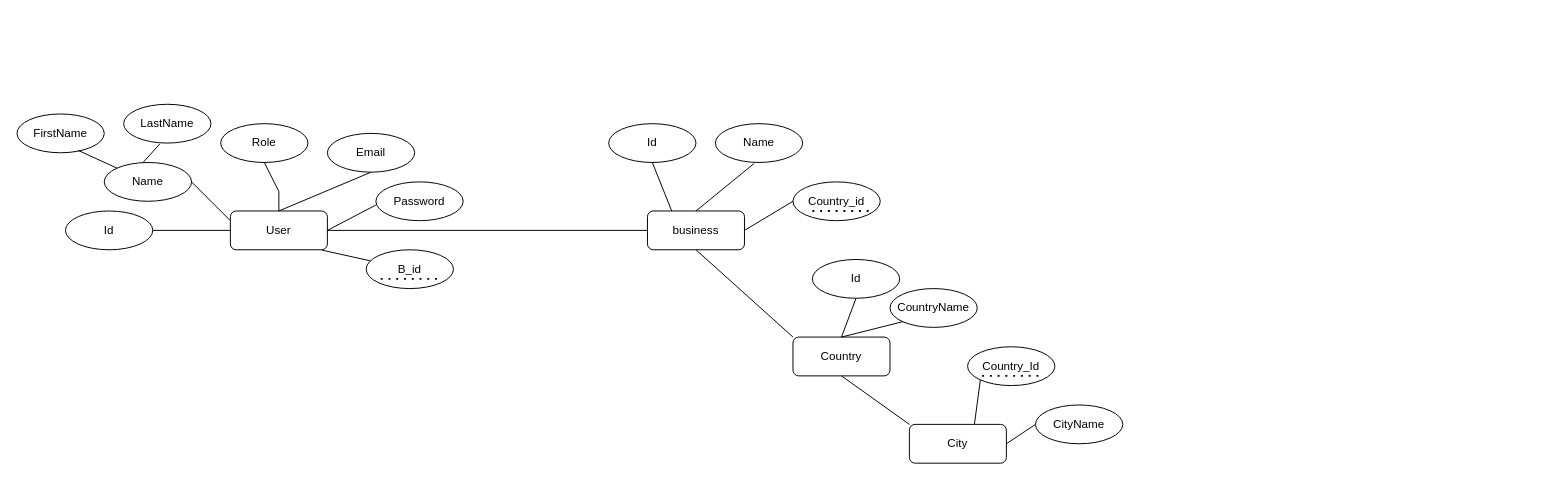
Before: ErdCam.drawio in kiro314159265359/Adevanced_C02, a draw.io diagram. Source tidied: cells renumbered, new cells numbered last; positions are measured from the earlier drawing's top-left corner, leaving out a move shared by most shapes. Both pictures are drawn from the tidied source at 97%, with x=0, y=0 at pixel (16, 104).
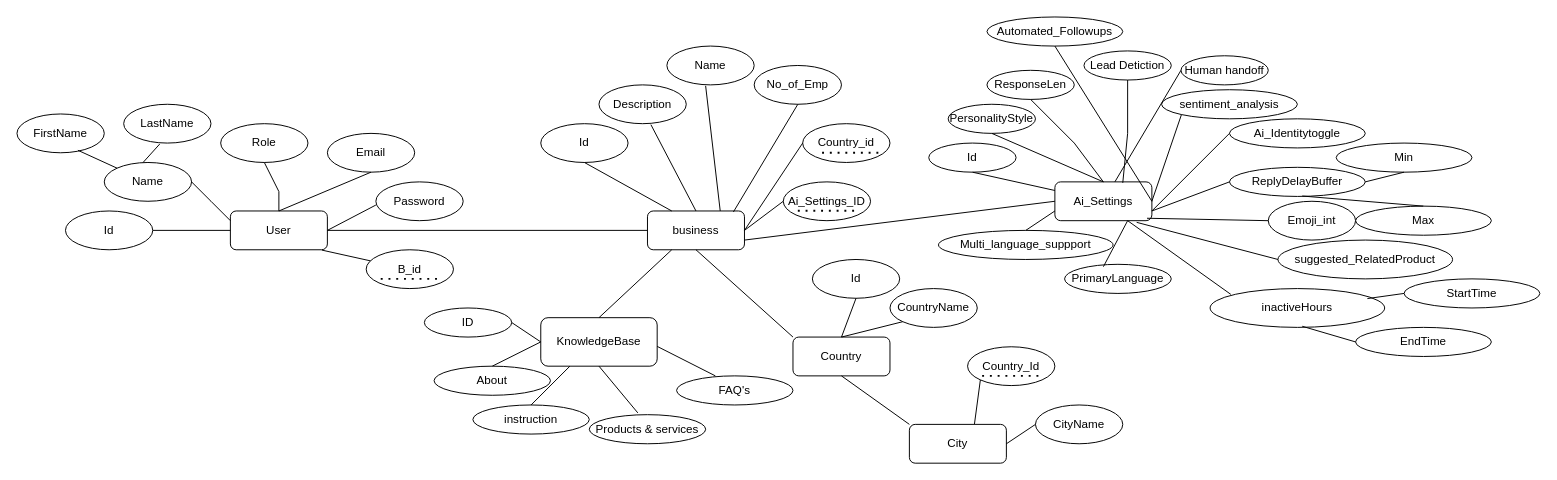
After the change.

The change refers to these unchanged cells:
```xml
<mxCell id="17" value="business" style="rounded=1;whiteSpace=wrap;html=1;" parent="1" vertex="1">
  <mxGeometry x="650" y="110" width="100" height="40" as="geometry" />
</mxCell>
```

Diff of the diagram source:
```diff
@@
     <mxCell id="18" value="Id" style="ellipse;whiteSpace=wrap;html=1;" parent="1" vertex="1">
-      <mxGeometry x="610" y="20" width="90" height="40" as="geometry" />
+      <mxGeometry x="540" y="20" width="90" height="40" as="geometry" />
     </mxCell>
@@
     <mxCell id="20" value="Name" style="ellipse;whiteSpace=wrap;html=1;" parent="1" vertex="1">
-      <mxGeometry x="720" y="20" width="90" height="40" as="geometry" />
+      <mxGeometry x="670" y="-60" width="90" height="40" as="geometry" />
     </mxCell>
-    <mxCell id="21" style="endArrow=none;html=1;rounded=0;entryX=0.444;entryY=1.025;entryDx=0;entryDy=0;entryPerimeter=0;exitX=0.5;exitY=0;exitDx=0;exitDy=0;" parent="1" edge="1" source="17" target="20">
+    <mxCell id="21" style="endArrow=none;html=1;rounded=0;entryX=0.444;entryY=1.025;entryDx=0;entryDy=0;entryPerimeter=0;exitX=0.75;exitY=0;exitDx=0;exitDy=0;" parent="1" edge="1" source="17" target="20">
       <mxGeometry relative="1" as="geometry" />
     </mxCell>
@@
     <mxCell id="33" value="Country_id" style="ellipse;whiteSpace=wrap;html=1;" parent="1" vertex="1">
-      <mxGeometry x="800" y="80" width="90" height="40" as="geometry" />
+      <mxGeometry x="810" y="20" width="90" height="40" as="geometry" />
     </mxCell>
@@
     <mxCell id="35" style="endArrow=none;dashed=1;html=1;dashPattern=1 3;strokeWidth=2;rounded=0;" parent="1" edge="1">
       <mxGeometry relative="1" as="geometry">
-        <mxPoint x="820" y="110" as="sourcePoint" />
-        <mxPoint x="880" y="110" as="targetPoint" />
+        <mxPoint x="830" y="50" as="sourcePoint" />
+        <mxPoint x="890" y="50" as="targetPoint" />
         <Array as="points">
-          <mxPoint x="850" y="110" />
+          <mxPoint x="860" y="50" />
         </Array>
       </mxGeometry>
     </mxCell>
@@
+    <mxCell id="42" value="No_of_Emp" style="ellipse;whiteSpace=wrap;html=1;" parent="1" vertex="1">
+      <mxGeometry x="760" y="-40" width="90" height="40" as="geometry" />
+    </mxCell>
+    <mxCell id="43" style="endArrow=none;html=1;rounded=0;entryX=0.5;entryY=1;entryDx=0;entryDy=0;exitX=0.886;exitY=0.025;exitDx=0;exitDy=0;exitPerimeter=0;" parent="1" edge="1" source="17" target="42">
+      <mxGeometry relative="1" as="geometry" />
+    </mxCell>
+    <mxCell id="44" value="Description" style="ellipse;whiteSpace=wrap;html=1;" parent="1" vertex="1">
+      <mxGeometry x="600" y="-20" width="90" height="40" as="geometry" />
+    </mxCell>
+    <mxCell id="45" style="endArrow=none;html=1;rounded=0;entryX=0.595;entryY=1.025;entryDx=0;entryDy=0;entryPerimeter=0;" parent="1" edge="1" target="44">
+      <mxGeometry relative="1" as="geometry">
+        <mxPoint x="700" y="110" as="sourcePoint" />
+      </mxGeometry>
+    </mxCell>
+    <mxCell id="46" value="Ai_Settings" style="rounded=1;whiteSpace=wrap;html=1;" parent="1" vertex="1">
+      <mxGeometry x="1070" y="80" width="100" height="40" as="geometry" />
+    </mxCell>
+    <mxCell id="47" style="endArrow=none;html=1;rounded=0;entryX=1;entryY=0.75;entryDx=0;entryDy=0;exitX=0;exitY=0.5;exitDx=0;exitDy=0;" parent="1" edge="1" source="46" target="17">
+      <mxGeometry relative="1" as="geometry" />
+    </mxCell>
+    <mxCell id="48" value="Id" style="ellipse;whiteSpace=wrap;html=1;" parent="1" vertex="1">
+      <mxGeometry x="940" y="40" width="90" height="30" as="geometry" />
+    </mxCell>
+    <mxCell id="49" value="PersonalityStyle" style="ellipse;whiteSpace=wrap;html=1;" parent="1" vertex="1">
+      <mxGeometry x="960" width="90" height="30" as="geometry" />
+    </mxCell>
+    <mxCell id="50" value="Ai_Settings_ID" style="ellipse;whiteSpace=wrap;html=1;" parent="1" vertex="1">
+      <mxGeometry x="790" y="80" width="90" height="40" as="geometry" />
+    </mxCell>
+    <mxCell id="51" style="endArrow=none;dashed=1;html=1;dashPattern=1 3;strokeWidth=2;rounded=0;" parent="1" edge="1">
+      <mxGeometry relative="1" as="geometry">
+        <mxPoint x="805" y="109.7" as="sourcePoint" />
+        <mxPoint x="865" y="109.7" as="targetPoint" />
+        <Array as="points">
+          <mxPoint x="835" y="109.7" />
+        </Array>
+      </mxGeometry>
+    </mxCell>
+    <mxCell id="52" style="endArrow=none;html=1;rounded=0;entryX=0;entryY=0.5;entryDx=0;entryDy=0;exitX=1;exitY=0.5;exitDx=0;exitDy=0;" parent="1" edge="1" source="17" target="50">
+      <mxGeometry relative="1" as="geometry" />
+    </mxCell>
+    <mxCell id="53" value="ResponseLen" style="ellipse;whiteSpace=wrap;html=1;" parent="1" vertex="1">
+      <mxGeometry x="1000" y="-35" width="90" height="30" as="geometry" />
+    </mxCell>
+    <mxCell id="54" value="PrimaryLanguage" style="ellipse;whiteSpace=wrap;html=1;" parent="1" vertex="1">
+      <mxGeometry x="1080" y="165" width="110" height="30" as="geometry" />
+    </mxCell>
+    <mxCell id="55" value="Multi_language_suppport" style="ellipse;whiteSpace=wrap;html=1;" parent="1" vertex="1">
+      <mxGeometry x="950" y="130" width="180" height="30" as="geometry" />
+    </mxCell>
+    <mxCell id="56" style="endArrow=none;html=1;rounded=0;entryX=0.5;entryY=1;entryDx=0;entryDy=0;" parent="1" edge="1" source="46" target="48">
+      <mxGeometry relative="1" as="geometry" />
+    </mxCell>
+    <mxCell id="57" style="endArrow=none;html=1;rounded=0;entryX=0.5;entryY=1;entryDx=0;entryDy=0;exitX=0.5;exitY=0;exitDx=0;exitDy=0;" parent="1" edge="1" source="46" target="49">
+      <mxGeometry relative="1" as="geometry" />
+    </mxCell>
+    <mxCell id="58" style="endArrow=none;html=1;rounded=0;entryX=0.5;entryY=1;entryDx=0;entryDy=0;" parent="1" edge="1" target="53">
+      <mxGeometry relative="1" as="geometry">
+        <mxPoint x="1120" y="80" as="sourcePoint" />
+        <Array as="points">
+          <mxPoint x="1090" y="40" />
+        </Array>
+      </mxGeometry>
+    </mxCell>
+    <mxCell id="59" style="endArrow=none;html=1;rounded=0;entryX=0.75;entryY=1;entryDx=0;entryDy=0;exitX=0.364;exitY=0.081;exitDx=0;exitDy=0;exitPerimeter=0;" parent="1" edge="1" source="54" target="46">
+      <mxGeometry relative="1" as="geometry" />
+    </mxCell>
+    <mxCell id="60" style="endArrow=none;html=1;rounded=0;entryX=0;entryY=0.75;entryDx=0;entryDy=0;exitX=0.5;exitY=0;exitDx=0;exitDy=0;" parent="1" edge="1" source="55" target="46">
+      <mxGeometry relative="1" as="geometry" />
+    </mxCell>
+    <mxCell id="61" value="Lead Detiction" style="ellipse;whiteSpace=wrap;html=1;" parent="1" vertex="1">
+      <mxGeometry x="1100" y="-55" width="90" height="30" as="geometry" />
+    </mxCell>
+    <mxCell id="62" value="Human handoff" style="ellipse;whiteSpace=wrap;html=1;" parent="1" vertex="1">
+      <mxGeometry x="1200" y="-50" width="90" height="30" as="geometry" />
+    </mxCell>
+    <mxCell id="63" value="sentiment_analysis" style="ellipse;whiteSpace=wrap;html=1;" parent="1" vertex="1">
+      <mxGeometry x="1180" y="-15" width="140" height="30" as="geometry" />
+    </mxCell>
+    <mxCell id="64" value="Automated_Followups" style="ellipse;whiteSpace=wrap;html=1;" parent="1" vertex="1">
+      <mxGeometry x="1000" y="-90" width="140" height="30" as="geometry" />
+    </mxCell>
+    <mxCell id="65" style="endArrow=none;html=1;rounded=0;entryX=0.5;entryY=1;entryDx=0;entryDy=0;exitX=0.7;exitY=0.025;exitDx=0;exitDy=0;exitPerimeter=0;" parent="1" edge="1" source="46" target="61">
+      <mxGeometry relative="1" as="geometry">
+        <Array as="points">
+          <mxPoint x="1145" y="30" />
+        </Array>
+      </mxGeometry>
+    </mxCell>
+    <mxCell id="66" style="endArrow=none;html=1;rounded=0;entryX=1;entryY=0.5;entryDx=0;entryDy=0;exitX=0.5;exitY=1;exitDx=0;exitDy=0;" parent="1" edge="1" source="64" target="46">
+      <mxGeometry relative="1" as="geometry" />
+    </mxCell>
+    <mxCell id="67" style="endArrow=none;html=1;rounded=0;entryX=0;entryY=1;entryDx=0;entryDy=0;" parent="1" edge="1" target="63">
+      <mxGeometry relative="1" as="geometry">
+        <mxPoint x="1170" y="100" as="sourcePoint" />
+      </mxGeometry>
+    </mxCell>
+    <mxCell id="68" style="endArrow=none;html=1;rounded=0;entryX=0;entryY=0.5;entryDx=0;entryDy=0;" parent="1" edge="1" source="46" target="62">
+      <mxGeometry relative="1" as="geometry" />
+    </mxCell>
+    <mxCell id="69" value="Ai_Identitytoggle" style="ellipse;whiteSpace=wrap;html=1;" parent="1" vertex="1">
+      <mxGeometry x="1250" y="15" width="140" height="30" as="geometry" />
+    </mxCell>
+    <mxCell id="70" style="endArrow=none;html=1;rounded=0;entryX=1;entryY=0.75;entryDx=0;entryDy=0;exitX=0;exitY=0.5;exitDx=0;exitDy=0;" parent="1" edge="1" source="69" target="46">
+      <mxGeometry relative="1" as="geometry" />
+    </mxCell>
+    <mxCell id="71" value="ReplyDelayBuffer" style="ellipse;whiteSpace=wrap;html=1;" parent="1" vertex="1">
+      <mxGeometry x="1250" y="65" width="140" height="30" as="geometry" />
+    </mxCell>
+    <mxCell id="72" value="Max" style="ellipse;whiteSpace=wrap;html=1;" parent="1" vertex="1">
+      <mxGeometry x="1380" y="105" width="140" height="30" as="geometry" />
+    </mxCell>
+    <mxCell id="73" value="Min" style="ellipse;whiteSpace=wrap;html=1;" parent="1" vertex="1">
+      <mxGeometry x="1360" y="40" width="140" height="30" as="geometry" />
+    </mxCell>
+    <mxCell id="74" style="endArrow=none;html=1;rounded=0;exitX=0;exitY=0.5;exitDx=0;exitDy=0;entryX=1;entryY=0.75;entryDx=0;entryDy=0;" parent="1" edge="1" source="71" target="46">
+      <mxGeometry relative="1" as="geometry" />
+    </mxCell>
+    <mxCell id="75" style="endArrow=none;html=1;rounded=0;entryX=0.5;entryY=0;entryDx=0;entryDy=0;exitX=0.536;exitY=0.986;exitDx=0;exitDy=0;exitPerimeter=0;" parent="1" edge="1" source="71" target="72">
+      <mxGeometry relative="1" as="geometry" />
+    </mxCell>
+    <mxCell id="76" style="endArrow=none;html=1;rounded=0;exitX=1;exitY=0.5;exitDx=0;exitDy=0;" parent="1" edge="1" source="71">
+      <mxGeometry relative="1" as="geometry">
+        <mxPoint x="1430" y="70" as="targetPoint" />
+      </mxGeometry>
+    </mxCell>
+    <mxCell id="77" value="Emoji_int" style="ellipse;whiteSpace=wrap;html=1;" parent="1" vertex="1">
+      <mxGeometry x="1290" y="100" width="90" height="40" as="geometry" />
+    </mxCell>
+    <mxCell id="78" style="endArrow=none;html=1;rounded=0;entryX=0;entryY=0.5;entryDx=0;entryDy=0;exitX=0.536;exitY=0.986;exitDx=0;exitDy=0;exitPerimeter=0;" parent="1" edge="1" target="77">
+      <mxGeometry relative="1" as="geometry">
+        <mxPoint x="1165" y="117.5" as="sourcePoint" />
+      </mxGeometry>
+    </mxCell>
+    <mxCell id="79" value="suggested_RelatedProduct" style="ellipse;whiteSpace=wrap;html=1;" parent="1" vertex="1">
+      <mxGeometry x="1300" y="140" width="180" height="40" as="geometry" />
+    </mxCell>
+    <mxCell id="80" value="inactiveHours" style="ellipse;whiteSpace=wrap;html=1;" parent="1" vertex="1">
+      <mxGeometry x="1230" y="190" width="180" height="40" as="geometry" />
+    </mxCell>
+    <mxCell id="81" value="StartTime" style="ellipse;whiteSpace=wrap;html=1;" parent="1" vertex="1">
+      <mxGeometry x="1430" y="180" width="140" height="30" as="geometry" />
+    </mxCell>
+    <mxCell id="82" value="EndTime" style="ellipse;whiteSpace=wrap;html=1;" parent="1" vertex="1">
+      <mxGeometry x="1380" y="230" width="140" height="30" as="geometry" />
+    </mxCell>
+    <mxCell id="83" style="endArrow=none;html=1;rounded=0;entryX=0;entryY=0.5;entryDx=0;entryDy=0;exitX=0.843;exitY=1.043;exitDx=0;exitDy=0;exitPerimeter=0;" parent="1" edge="1" source="46" target="79">
+      <mxGeometry relative="1" as="geometry" />
+    </mxCell>
+    <mxCell id="84" style="endArrow=none;html=1;rounded=0;entryX=0.119;entryY=0.15;entryDx=0;entryDy=0;exitX=0.75;exitY=1;exitDx=0;exitDy=0;entryPerimeter=0;" parent="1" edge="1" source="46" target="80">
+      <mxGeometry relative="1" as="geometry" />
+    </mxCell>
+    <mxCell id="85" style="endArrow=none;html=1;rounded=0;entryX=0.901;entryY=0.258;entryDx=0;entryDy=0;exitX=0;exitY=0.5;exitDx=0;exitDy=0;entryPerimeter=0;" parent="1" edge="1" source="81" target="80">
+      <mxGeometry relative="1" as="geometry" />
+    </mxCell>
+    <mxCell id="86" style="endArrow=none;html=1;rounded=0;entryX=0.528;entryY=0.972;entryDx=0;entryDy=0;exitX=0;exitY=0.5;exitDx=0;exitDy=0;entryPerimeter=0;" parent="1" edge="1" source="82" target="80">
+      <mxGeometry relative="1" as="geometry" />
+    </mxCell>
+    <mxCell id="87" value="KnowledgeBase" style="rounded=1;whiteSpace=wrap;html=1;" parent="1" vertex="1">
+      <mxGeometry x="540" y="220" width="120" height="50" as="geometry" />
+    </mxCell>
+    <mxCell id="88" style="endArrow=none;html=1;rounded=0;exitX=0.5;exitY=0;exitDx=0;exitDy=0;entryX=0.25;entryY=1;entryDx=0;entryDy=0;" parent="1" edge="1" source="87" target="17">
+      <mxGeometry relative="1" as="geometry" />
+    </mxCell>
+    <mxCell id="89" value="ID" style="ellipse;whiteSpace=wrap;html=1;" parent="1" vertex="1">
+      <mxGeometry x="420" y="210" width="90" height="30" as="geometry" />
+    </mxCell>
+    <mxCell id="90" value="About" style="ellipse;whiteSpace=wrap;html=1;" parent="1" vertex="1">
+      <mxGeometry x="430" y="270" width="120" height="30" as="geometry" />
+    </mxCell>
+    <mxCell id="91" value="instruction" style="ellipse;whiteSpace=wrap;html=1;" parent="1" vertex="1">
+      <mxGeometry x="470" y="310" width="120" height="30" as="geometry" />
+    </mxCell>
+    <mxCell id="92" value="Products &amp;amp; services" style="ellipse;whiteSpace=wrap;html=1;" parent="1" vertex="1">
+      <mxGeometry x="590" y="320" width="120" height="30" as="geometry" />
+    </mxCell>
+    <mxCell id="93" value="FAQ's" style="ellipse;whiteSpace=wrap;html=1;" parent="1" vertex="1">
+      <mxGeometry x="680" y="280" width="120" height="30" as="geometry" />
+    </mxCell>
+    <mxCell id="94" style="endArrow=none;html=1;rounded=0;exitX=1;exitY=0.5;exitDx=0;exitDy=0;entryX=0;entryY=0.5;entryDx=0;entryDy=0;" parent="1" edge="1" source="89" target="87">
+      <mxGeometry relative="1" as="geometry" />
+    </mxCell>
+    <mxCell id="95" style="endArrow=none;html=1;rounded=0;exitX=0.5;exitY=0;exitDx=0;exitDy=0;entryX=0;entryY=0.5;entryDx=0;entryDy=0;" parent="1" edge="1" source="90" target="87">
+      <mxGeometry relative="1" as="geometry" />
+    </mxCell>
+    <mxCell id="96" style="endArrow=none;html=1;rounded=0;exitX=0.5;exitY=0;exitDx=0;exitDy=0;entryX=0.25;entryY=1;entryDx=0;entryDy=0;" parent="1" edge="1" source="91" target="87">
+      <mxGeometry relative="1" as="geometry" />
+    </mxCell>
+    <mxCell id="97" style="endArrow=none;html=1;rounded=0;exitX=0.417;exitY=-0.061;exitDx=0;exitDy=0;entryX=0.5;entryY=1;entryDx=0;entryDy=0;exitPerimeter=0;" parent="1" edge="1" source="92" target="87">
+      <mxGeometry relative="1" as="geometry" />
+    </mxCell>
+    <mxCell id="98" style="endArrow=none;html=1;rounded=0;entryX=1;entryY=0.592;entryDx=0;entryDy=0;entryPerimeter=0;" parent="1" edge="1" target="87">
+      <mxGeometry relative="1" as="geometry">
+        <mxPoint x="720" y="280" as="sourcePoint" />
+      </mxGeometry>
+    </mxCell>
```
